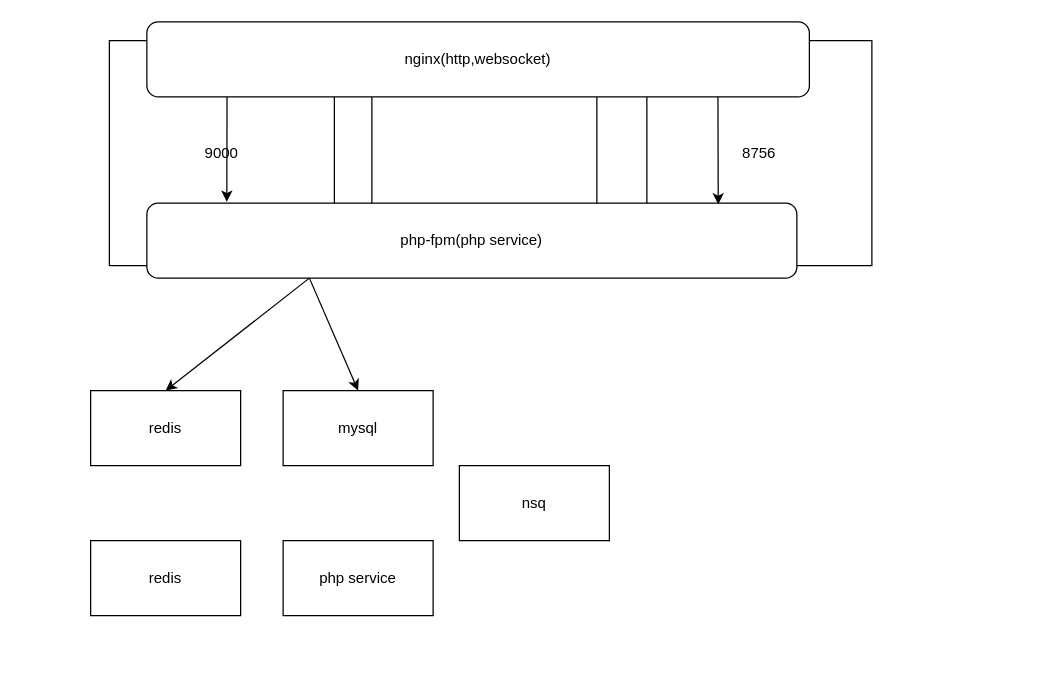
Before: page "app" (1 of 2) of notes/app.drawio in glianyi/HBSTSG, a draw.io diagram. Source tidied: cells renumbered, new cells numbered last; positions are measured from the earlier drawing's top-left corner, leaving out a move shared by most shapes. Both pictures are drawn from the tidied source at 125%, with x=0, y=0 at pixel (90, 21).
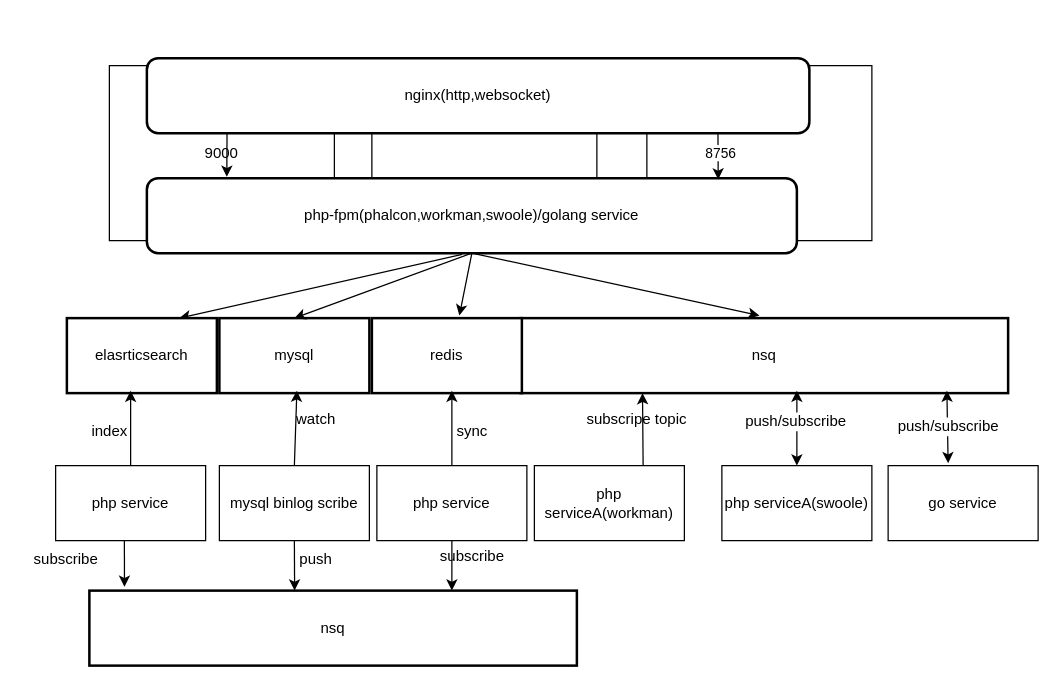
The same page after the edit.

Unchanged cells that the change refers to:
```xml
<mxCell id="11" style="endArrow=classic;html=1;rounded=0;entryX=0.879;entryY=0.017;entryDx=0;entryDy=0;entryPerimeter=0;exitX=0.862;exitY=1;exitDx=0;exitDy=0;exitPerimeter=0;" parent="1" edge="1" source="9" target="10">
  <mxGeometry relative="1" as="geometry" />
</mxCell>
```

What changed in the source:
```diff
@@
+    <mxCell id="16" style="rounded=0;whiteSpace=wrap;html=1;" parent="1" vertex="1">
+      <mxGeometry x="445" y="35" width="180" height="140" as="geometry" />
+    </mxCell>
     <mxCell id="2" value="9000" style="rounded=0;whiteSpace=wrap;html=1;" parent="1" vertex="1">
-      <mxGeometry x="15" y="15" width="180" height="180" as="geometry" />
+      <mxGeometry x="15" y="35" width="180" height="140" as="geometry" />
     </mxCell>
-    <mxCell id="3" value="redis" style="rounded=0;whiteSpace=wrap;html=1;" parent="1" vertex="1">
-      <mxGeometry y="295" width="120" height="60" as="geometry" />
-    </mxCell>
-    <mxCell id="4" value="redis" style="rounded=0;whiteSpace=wrap;html=1;" parent="1" vertex="1">
-      <mxGeometry y="415" width="120" height="60" as="geometry" />
-    </mxCell>
-    <mxCell id="5" value="mysql" style="rounded=0;whiteSpace=wrap;html=1;" parent="1" vertex="1">
-      <mxGeometry x="154" y="295" width="120" height="60" as="geometry" />
+    <mxCell id="5" value="mysql" style="rounded=0;whiteSpace=wrap;html=1;strokeWidth=2;" parent="1" vertex="1">
+      <mxGeometry x="103" y="237" width="120" height="60" as="geometry" />
     </mxCell>
-    <mxCell id="6" value="nsq" style="rounded=0;whiteSpace=wrap;html=1;" parent="1" vertex="1">
-      <mxGeometry x="295" y="355" width="120" height="60" as="geometry" />
+    <mxCell id="6" value="nsq" style="rounded=0;whiteSpace=wrap;html=1;strokeWidth=2;" parent="1" vertex="1">
+      <mxGeometry x="344" y="237" width="390" height="60" as="geometry" />
     </mxCell>
     <mxCell id="7" style="rounded=0;whiteSpace=wrap;html=1;" parent="1" vertex="1">
-      <mxGeometry x="225" y="15" width="180" height="180" as="geometry" />
+      <mxGeometry x="225" y="35" width="180" height="140" as="geometry" />
     </mxCell>
-    <mxCell id="8" value="8756" style="rounded=0;whiteSpace=wrap;html=1;" parent="1" vertex="1">
-      <mxGeometry x="445" y="15" width="180" height="180" as="geometry" />
-    </mxCell>
-    <mxCell id="9" value="nginx(http,websocket)" style="rounded=1;whiteSpace=wrap;html=1;" parent="1" vertex="1">
-      <mxGeometry x="45" width="530" height="60" as="geometry" />
+    <mxCell id="9" value="nginx(http,websocket)" style="rounded=1;whiteSpace=wrap;html=1;strokeWidth=2;" parent="1" vertex="1">
+      <mxGeometry x="45" y="29" width="530" height="60" as="geometry" />
     </mxCell>
-    <mxCell id="10" value="php-fpm(php service)" style="rounded=1;whiteSpace=wrap;html=1;" parent="1" vertex="1">
-      <mxGeometry x="45" y="145" width="520" height="60" as="geometry" />
+    <mxCell id="10" value="php-fpm(phalcon,workman,swoole)/golang service" style="rounded=1;whiteSpace=wrap;html=1;strokeWidth=2;" parent="1" vertex="1">
+      <mxGeometry x="45" y="125" width="520" height="60" as="geometry" />
     </mxCell>
@@
+    <mxCell id="8" value="8756" style="edgeLabel;html=1;align=center;verticalAlign=middle;" parent="11" vertex="1">
+      <mxGeometry x="-0.13" y="2" relative="1" as="geometry" />
+    </mxCell>
@@
-    <mxCell id="13" style="endArrow=classic;html=1;rounded=0;entryX=0.5;entryY=0;entryDx=0;entryDy=0;exitX=0.25;exitY=1;exitDx=0;exitDy=0;" parent="1" edge="1" source="10" target="3">
+    <mxCell id="13" style="endArrow=classic;html=1;rounded=0;entryX=0.75;entryY=0;entryDx=0;entryDy=0;exitX=0.485;exitY=1.017;exitDx=0;exitDy=0;exitPerimeter=0;" parent="1" edge="1" source="10" target="18">
       <mxGeometry relative="1" as="geometry" />
     </mxCell>
-    <mxCell id="14" style="endArrow=classic;html=1;rounded=0;entryX=0.5;entryY=0;entryDx=0;entryDy=0;" parent="1" edge="1" target="5">
-      <mxGeometry relative="1" as="geometry">
-        <mxPoint x="175" y="205" as="sourcePoint" />
-      </mxGeometry>
+    <mxCell id="14" style="endArrow=classic;html=1;rounded=0;entryX=0.5;entryY=0;entryDx=0;entryDy=0;exitX=0.5;exitY=1;exitDx=0;exitDy=0;" parent="1" edge="1" source="10" target="5">
+      <mxGeometry relative="1" as="geometry" />
     </mxCell>
-    <mxCell id="15" value="php service" style="rounded=0;whiteSpace=wrap;html=1;" parent="1" vertex="1">
-      <mxGeometry x="154" y="415" width="120" height="60" as="geometry" />
-    </mxCell>
+    <mxCell id="17" value="mysql binlog scribe" style="rounded=0;whiteSpace=wrap;html=1;" parent="1" vertex="1">
+      <mxGeometry x="103" y="355" width="120" height="60" as="geometry" />
+    </mxCell>
+    <mxCell id="18" value="elasrticsearch" style="rounded=0;whiteSpace=wrap;html=1;strokeWidth=2;" parent="1" vertex="1">
+      <mxGeometry x="-19" y="237" width="120" height="60" as="geometry" />
+    </mxCell>
+    <mxCell id="19" value="php serviceA(workman)" style="rounded=0;whiteSpace=wrap;html=1;" parent="1" vertex="1">
+      <mxGeometry x="355" y="355" width="120" height="60" as="geometry" />
+    </mxCell>
+    <mxCell id="20" style="endArrow=classic;html=1;rounded=0;fontFamily=Helvetica;fontSize=12;fontColor=default;entryX=0.25;entryY=1;entryDx=0;entryDy=0;" parent="1" edge="1" target="6">
+      <mxGeometry relative="1" as="geometry">
+        <mxPoint x="442" y="355" as="sourcePoint" />
+      </mxGeometry>
+    </mxCell>
+    <mxCell id="21" value="&amp;nbsp;subscripe topic" style="text;html=1;align=center;verticalAlign=middle;strokeColor=none;fillColor=none;fontSize=12;fontFamily=Helvetica;fontColor=default;" parent="1" vertex="1">
+      <mxGeometry x="380" y="303" width="110" height="30" as="geometry" />
+    </mxCell>
+    <mxCell id="22" value="php serviceA(swoole)" style="rounded=0;whiteSpace=wrap;html=1;" parent="1" vertex="1">
+      <mxGeometry x="505" y="355" width="120" height="60" as="geometry" />
+    </mxCell>
+    <mxCell id="23" style="endArrow=classic;startArrow=classic;html=1;rounded=0;fontFamily=Helvetica;fontSize=12;fontColor=default;exitX=0.5;exitY=0;exitDx=0;exitDy=0;" parent="1" edge="1" source="22">
+      <mxGeometry relative="1" as="geometry">
+        <mxPoint x="565" y="295" as="targetPoint" />
+      </mxGeometry>
+    </mxCell>
+    <mxCell id="24" value="push/subscribe" style="edgeLabel;html=1;align=center;verticalAlign=middle;fontSize=12;fontFamily=Helvetica;fontColor=default;" parent="23" vertex="1">
+      <mxGeometry x="0.2" y="2" relative="1" as="geometry" />
+    </mxCell>
+    <mxCell id="25" value="go service" style="rounded=0;whiteSpace=wrap;html=1;" parent="1" vertex="1">
+      <mxGeometry x="638" y="355" width="120" height="60" as="geometry" />
+    </mxCell>
+    <mxCell id="26" value="push/subscribe" style="endArrow=classic;startArrow=classic;html=1;rounded=0;fontFamily=Helvetica;fontSize=12;fontColor=default;exitX=0.4;exitY=-0.033;exitDx=0;exitDy=0;exitPerimeter=0;" parent="1" edge="1" source="25">
+      <mxGeometry relative="1" as="geometry">
+        <mxPoint x="685" y="295" as="targetPoint" />
+      </mxGeometry>
+    </mxCell>
+    <mxCell id="27" value="redis" style="rounded=0;whiteSpace=wrap;html=1;strokeWidth=2;" parent="1" vertex="1">
+      <mxGeometry x="225" y="237" width="120" height="60" as="geometry" />
+    </mxCell>
+    <mxCell id="28" value="nsq" style="rounded=0;whiteSpace=wrap;html=1;strokeWidth=2;" parent="1" vertex="1">
+      <mxGeometry x="-1" y="455" width="390" height="60" as="geometry" />
+    </mxCell>
+    <mxCell id="29" style="endArrow=classic;html=1;rounded=0;fontFamily=Helvetica;fontSize=12;fontColor=default;exitX=0.5;exitY=1;exitDx=0;exitDy=0;entryX=0.421;entryY=0;entryDx=0;entryDy=0;entryPerimeter=0;" parent="1" edge="1" source="17" target="28">
+      <mxGeometry relative="1" as="geometry" />
+    </mxCell>
+    <mxCell id="30" value="php service" style="rounded=0;whiteSpace=wrap;html=1;" parent="1" vertex="1">
+      <mxGeometry x="-28" y="355" width="120" height="60" as="geometry" />
+    </mxCell>
+    <mxCell id="31" value="push" style="text;html=1;align=center;verticalAlign=middle;strokeColor=none;fillColor=none;fontSize=12;fontFamily=Helvetica;fontColor=default;" parent="1" vertex="1">
+      <mxGeometry x="155" y="415" width="50" height="30" as="geometry" />
+    </mxCell>
+    <mxCell id="32" style="endArrow=classic;html=1;rounded=0;fontFamily=Helvetica;fontSize=12;fontColor=default;exitX=0.5;exitY=0;exitDx=0;exitDy=0;" parent="1" edge="1" source="30">
+      <mxGeometry relative="1" as="geometry">
+        <mxPoint x="32" y="295" as="targetPoint" />
+      </mxGeometry>
+    </mxCell>
+    <mxCell id="33" value="index" style="text;html=1;align=center;verticalAlign=middle;strokeColor=none;fillColor=none;fontSize=12;fontFamily=Helvetica;fontColor=default;" parent="1" vertex="1">
+      <mxGeometry x="-10" y="313" width="50" height="30" as="geometry" />
+    </mxCell>
+    <mxCell id="34" style="endArrow=classic;html=1;rounded=0;fontFamily=Helvetica;fontSize=12;fontColor=default;entryX=0.072;entryY=-0.05;entryDx=0;entryDy=0;entryPerimeter=0;" parent="1" edge="1" target="28">
+      <mxGeometry relative="1" as="geometry">
+        <mxPoint x="27" y="415" as="sourcePoint" />
+      </mxGeometry>
+    </mxCell>
+    <mxCell id="35" value="subscribe" style="text;html=1;align=center;verticalAlign=middle;strokeColor=none;fillColor=none;fontSize=12;fontFamily=Helvetica;fontColor=default;" parent="1" vertex="1">
+      <mxGeometry x="-55" y="415" width="70" height="30" as="geometry" />
+    </mxCell>
+    <mxCell id="36" style="endArrow=classic;html=1;rounded=0;fontFamily=Helvetica;fontSize=12;fontColor=default;exitX=0.5;exitY=0;exitDx=0;exitDy=0;" parent="1" edge="1" source="17">
+      <mxGeometry relative="1" as="geometry">
+        <mxPoint x="165" y="295" as="targetPoint" />
+      </mxGeometry>
+    </mxCell>
+    <mxCell id="37" value="watch" style="text;html=1;align=center;verticalAlign=middle;strokeColor=none;fillColor=none;fontSize=12;fontFamily=Helvetica;fontColor=default;" parent="1" vertex="1">
+      <mxGeometry x="155" y="303" width="50" height="30" as="geometry" />
+    </mxCell>
+    <mxCell id="38" value="php service" style="rounded=0;whiteSpace=wrap;html=1;" parent="1" vertex="1">
+      <mxGeometry x="229" y="355" width="120" height="60" as="geometry" />
+    </mxCell>
+    <mxCell id="39" style="endArrow=classic;html=1;rounded=0;fontFamily=Helvetica;fontSize=12;fontColor=default;exitX=0.5;exitY=1;exitDx=0;exitDy=0;" parent="1" edge="1" source="38">
+      <mxGeometry relative="1" as="geometry">
+        <mxPoint x="289" y="455" as="targetPoint" />
+      </mxGeometry>
+    </mxCell>
+    <mxCell id="40" style="endArrow=classic;html=1;rounded=0;fontFamily=Helvetica;fontSize=12;fontColor=default;exitX=0.5;exitY=0;exitDx=0;exitDy=0;" parent="1" edge="1" source="38">
+      <mxGeometry relative="1" as="geometry">
+        <mxPoint x="289" y="295" as="targetPoint" />
+      </mxGeometry>
+    </mxCell>
+    <mxCell id="41" value="sync" style="text;html=1;align=center;verticalAlign=middle;strokeColor=none;fillColor=none;fontSize=12;fontFamily=Helvetica;fontColor=default;" parent="1" vertex="1">
+      <mxGeometry x="280" y="313" width="50" height="30" as="geometry" />
+    </mxCell>
+    <mxCell id="42" value="subscribe" style="text;html=1;align=center;verticalAlign=middle;strokeColor=none;fillColor=none;fontSize=12;fontFamily=Helvetica;fontColor=default;" parent="1" vertex="1">
+      <mxGeometry x="270" y="413" width="70" height="30" as="geometry" />
+    </mxCell>
+    <mxCell id="43" style="endArrow=classic;html=1;rounded=0;fontFamily=Helvetica;fontSize=12;fontColor=default;" parent="1" edge="1">
+      <mxGeometry relative="1" as="geometry">
+        <mxPoint x="305" y="185" as="sourcePoint" />
+        <mxPoint x="295" y="235" as="targetPoint" />
+      </mxGeometry>
+    </mxCell>
+    <mxCell id="44" style="endArrow=classic;html=1;rounded=0;fontFamily=Helvetica;fontSize=12;fontColor=default;exitX=0.5;exitY=1;exitDx=0;exitDy=0;" parent="1" edge="1" source="10">
+      <mxGeometry relative="1" as="geometry">
+        <mxPoint x="535" y="235" as="targetPoint" />
+      </mxGeometry>
+    </mxCell>
```
